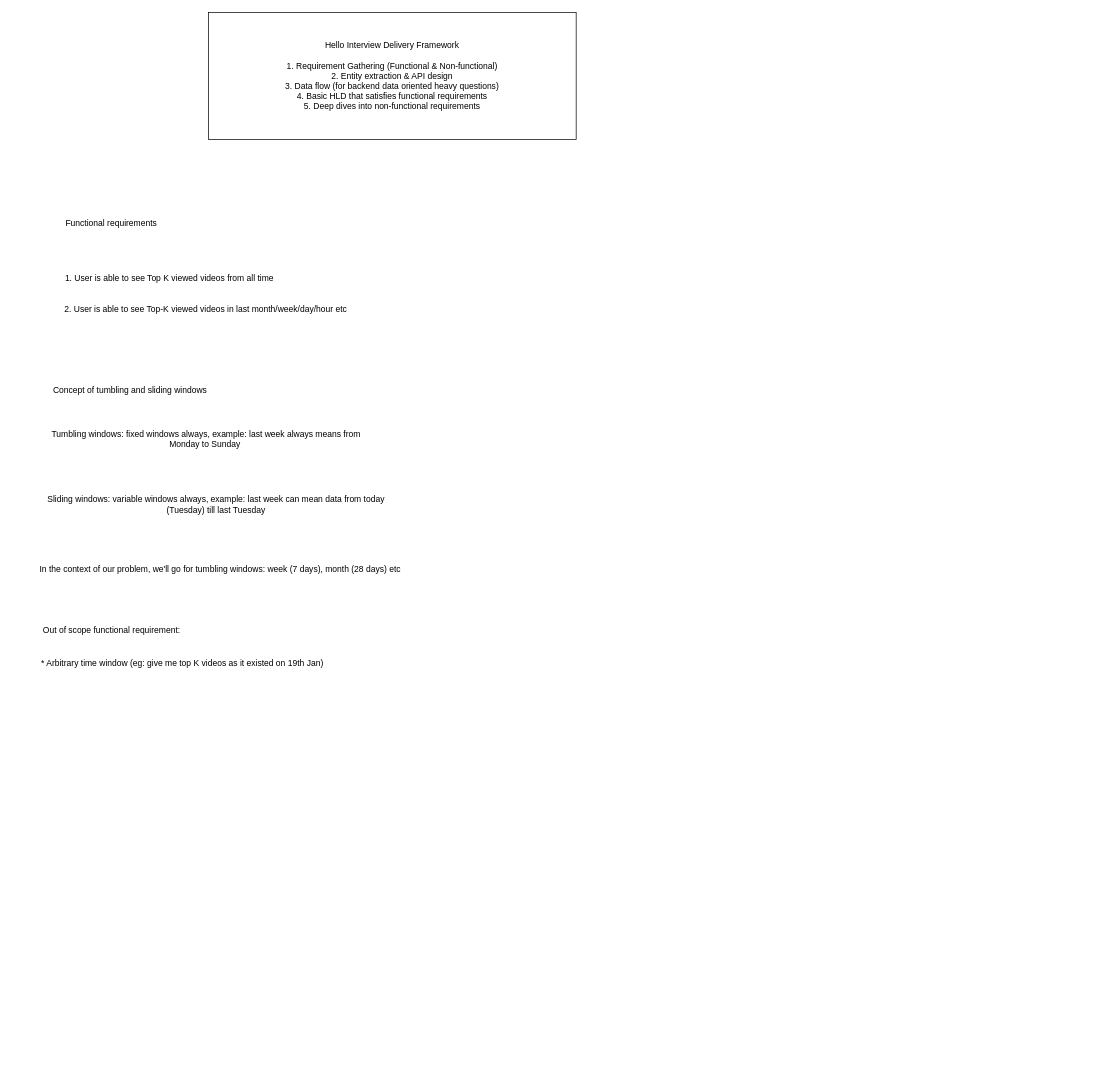
The draw.io diagram Youtube Top K HLD.drawio in girikgarg8/Hello-Interview-HLD-Whiteboard-Practice, before the edit. Source tidied: cells renumbered, new cells numbered last; positions are measured from the earlier drawing's top-left corner, leaving out a move shared by most shapes. Both pictures are drawn from the tidied source at 71%, with x=0, y=0 at pixel (12, 12).
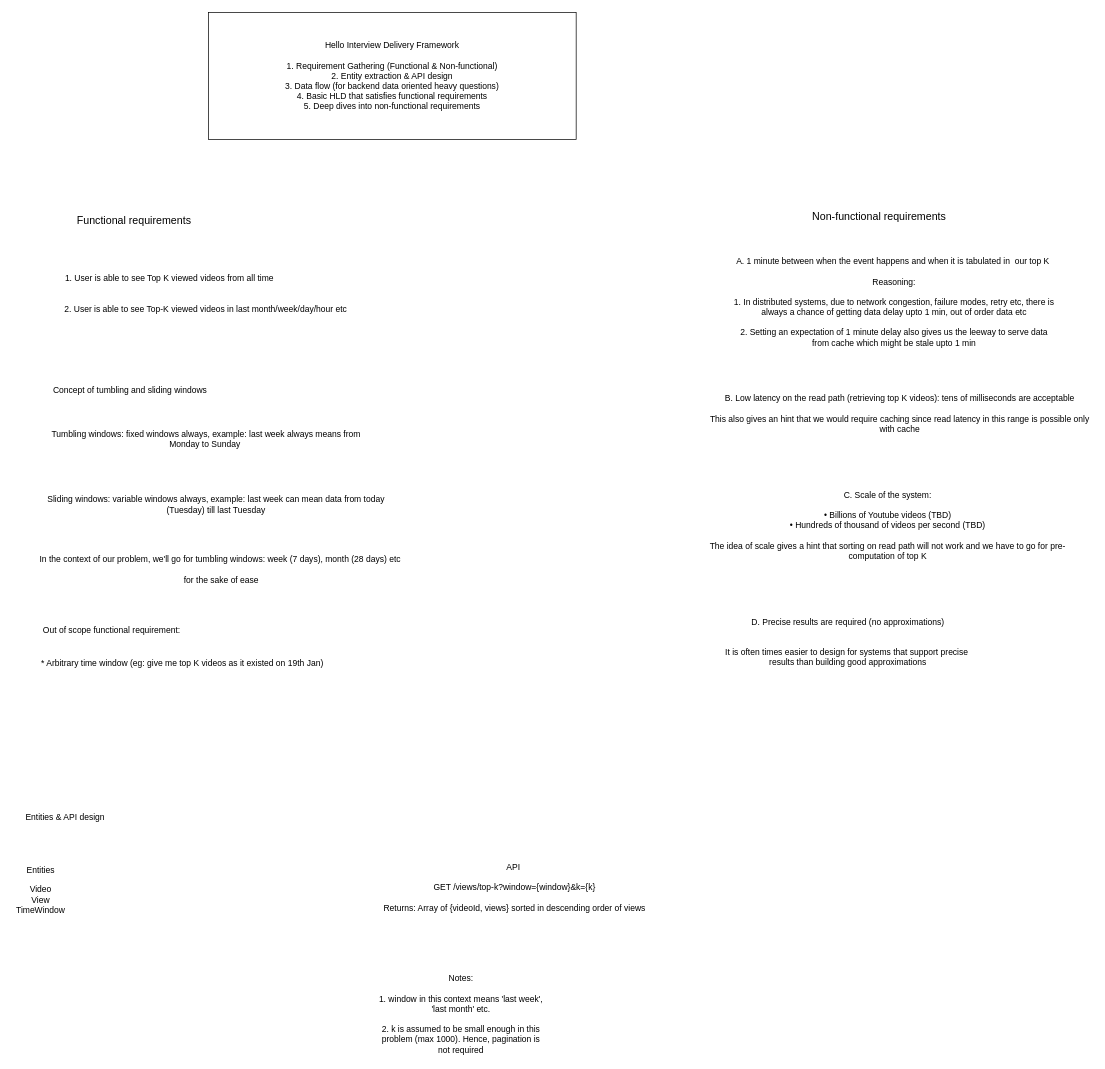
After the change.

Diff of the diagram source:
```diff
@@
-    <mxCell id="3" value="Functional requirements" style="text;html=1;whiteSpace=wrap;strokeColor=none;fillColor=none;align=center;verticalAlign=middle;rounded=0;" parent="1" vertex="1">
-      <mxGeometry x="50" y="282" width="179" height="30" as="geometry" />
+    <mxCell id="3" value="&lt;font style=&quot;font-size: 15px;&quot;&gt;Functional requirements&lt;/font&gt;" style="text;html=1;whiteSpace=wrap;strokeColor=none;fillColor=none;align=center;verticalAlign=middle;rounded=0;" parent="1" vertex="1">
+      <mxGeometry x="82" y="278" width="179" height="30" as="geometry" />
     </mxCell>
@@
-    <mxCell id="9" value="In the context of our problem, we'll go for tumbling windows: week (7 days), month (28 days) etc&amp;nbsp;" style="text;html=1;whiteSpace=wrap;strokeColor=none;fillColor=none;align=center;verticalAlign=middle;rounded=0;" parent="1" vertex="1">
+    <mxCell id="9" value="In the context of our problem, we'll go for tumbling windows: week (7 days), month (28 days) etc&amp;nbsp;&lt;div&gt;&lt;br&gt;&lt;/div&gt;&lt;div&gt;for the sake of ease&lt;/div&gt;" style="text;html=1;whiteSpace=wrap;strokeColor=none;fillColor=none;align=center;verticalAlign=middle;rounded=0;" parent="1" vertex="1">
       <mxGeometry x="26" y="770" width="537" height="30" as="geometry" />
     </mxCell>
@@
+    <mxCell id="12" value="&lt;font style=&quot;font-size: 15px;&quot;&gt;Non-functional requirements&lt;/font&gt;" style="text;html=1;whiteSpace=wrap;strokeColor=none;fillColor=none;align=center;verticalAlign=middle;rounded=0;" parent="1" vertex="1">
+      <mxGeometry x="1107" y="272" width="228" height="30" as="geometry" />
+    </mxCell>
+    <mxCell id="13" value="A. 1 minute between when the event happens and when it is tabulated in&amp;nbsp; our top K&amp;nbsp;&lt;div&gt;&lt;br&gt;&lt;/div&gt;&lt;div&gt;Reasoning:&lt;/div&gt;&lt;div&gt;&lt;br&gt;&lt;/div&gt;&lt;div&gt;1. In distributed systems, due to network congestion, failure modes, retry etc, there is always a chance of getting data delay upto 1 min, out of order data etc&lt;/div&gt;&lt;div&gt;&lt;br&gt;&lt;/div&gt;&lt;div&gt;2. Setting an expectation of 1 minute delay also gives us the leeway to serve data from cache which might be stale upto 1 min&lt;/div&gt;" style="text;html=1;whiteSpace=wrap;strokeColor=none;fillColor=none;align=center;verticalAlign=middle;rounded=0;" parent="1" vertex="1">
+      <mxGeometry x="1015" y="337" width="454" height="142" as="geometry" />
+    </mxCell>
+    <mxCell id="14" value="B. Low latency on the read path (retrieving top K videos): tens of milliseconds are acceptable&lt;div&gt;&lt;br&gt;&lt;/div&gt;&lt;div&gt;This also gives an hint that we would require caching since read latency in this range is possible only with cache&lt;/div&gt;" style="text;html=1;whiteSpace=wrap;strokeColor=none;fillColor=none;align=center;verticalAlign=middle;rounded=0;" parent="1" vertex="1">
+      <mxGeometry x="978" y="550" width="544" height="30" as="geometry" />
+    </mxCell>
+    <mxCell id="15" value="C. Scale of the system:&lt;div&gt;&lt;br&gt;&lt;/div&gt;&lt;div&gt;• Billions of Youtube videos (TBD)&lt;/div&gt;&lt;div&gt;• Hundreds of thousand of videos per second (TBD)&lt;/div&gt;&lt;div&gt;&lt;br&gt;&lt;/div&gt;&lt;div&gt;The idea of scale gives a hint that sorting on read path will not work and we have to go for pre-computation of top K&lt;/div&gt;" style="text;html=1;whiteSpace=wrap;strokeColor=none;fillColor=none;align=center;verticalAlign=middle;rounded=0;" parent="1" vertex="1">
+      <mxGeometry x="961" y="661" width="544" height="124" as="geometry" />
+    </mxCell>
+    <mxCell id="16" value="D. Precise results are required (no approximations)&lt;div&gt;&lt;br&gt;&lt;/div&gt;&lt;div&gt;&lt;br&gt;&lt;/div&gt;&lt;div&gt;It is often times easier to design for systems that support precise&amp;nbsp; results than building good approximations&lt;/div&gt;" style="text;html=1;whiteSpace=wrap;strokeColor=none;fillColor=none;align=center;verticalAlign=middle;rounded=0;" parent="1" vertex="1">
+      <mxGeometry x="989" y="872" width="376" height="30" as="geometry" />
+    </mxCell>
+    <mxCell id="17" value="Entities &amp;amp; API design" style="text;html=1;whiteSpace=wrap;strokeColor=none;fillColor=none;align=center;verticalAlign=middle;rounded=0;" parent="1" vertex="1">
+      <mxGeometry x="6" y="1119" width="137" height="30" as="geometry" />
+    </mxCell>
+    <mxCell id="18" value="Entities&lt;div&gt;&lt;br&gt;&lt;/div&gt;&lt;div&gt;Video&lt;/div&gt;&lt;div&gt;View&lt;/div&gt;&lt;div&gt;TimeWindow&lt;/div&gt;" style="text;html=1;whiteSpace=wrap;strokeColor=none;fillColor=none;align=center;verticalAlign=middle;rounded=0;" parent="1" vertex="1">
+      <mxGeometry x="10" y="1221" width="60" height="30" as="geometry" />
+    </mxCell>
+    <mxCell id="19" value="API&amp;nbsp;&lt;div&gt;&lt;br&gt;&lt;/div&gt;&lt;div&gt;GET /views/top-k?window={window}&amp;amp;k={k}&lt;/div&gt;&lt;div&gt;&lt;br&gt;&lt;/div&gt;&lt;div&gt;Returns: Array of {videoId, views} sorted in descending order of views&lt;/div&gt;" style="text;html=1;whiteSpace=wrap;strokeColor=none;fillColor=none;align=center;verticalAlign=middle;rounded=0;" parent="1" vertex="1">
+      <mxGeometry x="499.5" y="1182" width="415" height="102" as="geometry" />
+    </mxCell>
+    <mxCell id="20" value="Notes:&lt;div&gt;&lt;br&gt;&lt;/div&gt;&lt;div&gt;1. window in this context means 'last week', 'last month' etc.&lt;/div&gt;&lt;div&gt;&lt;br&gt;&lt;/div&gt;&lt;div&gt;2. k is assumed to be small enough in this problem (max 1000). Hence, pagination is not required&lt;/div&gt;" style="text;html=1;whiteSpace=wrap;strokeColor=none;fillColor=none;align=center;verticalAlign=middle;rounded=0;" parent="1" vertex="1">
+      <mxGeometry x="514" y="1352" width="236" height="118" as="geometry" />
+    </mxCell>
```
